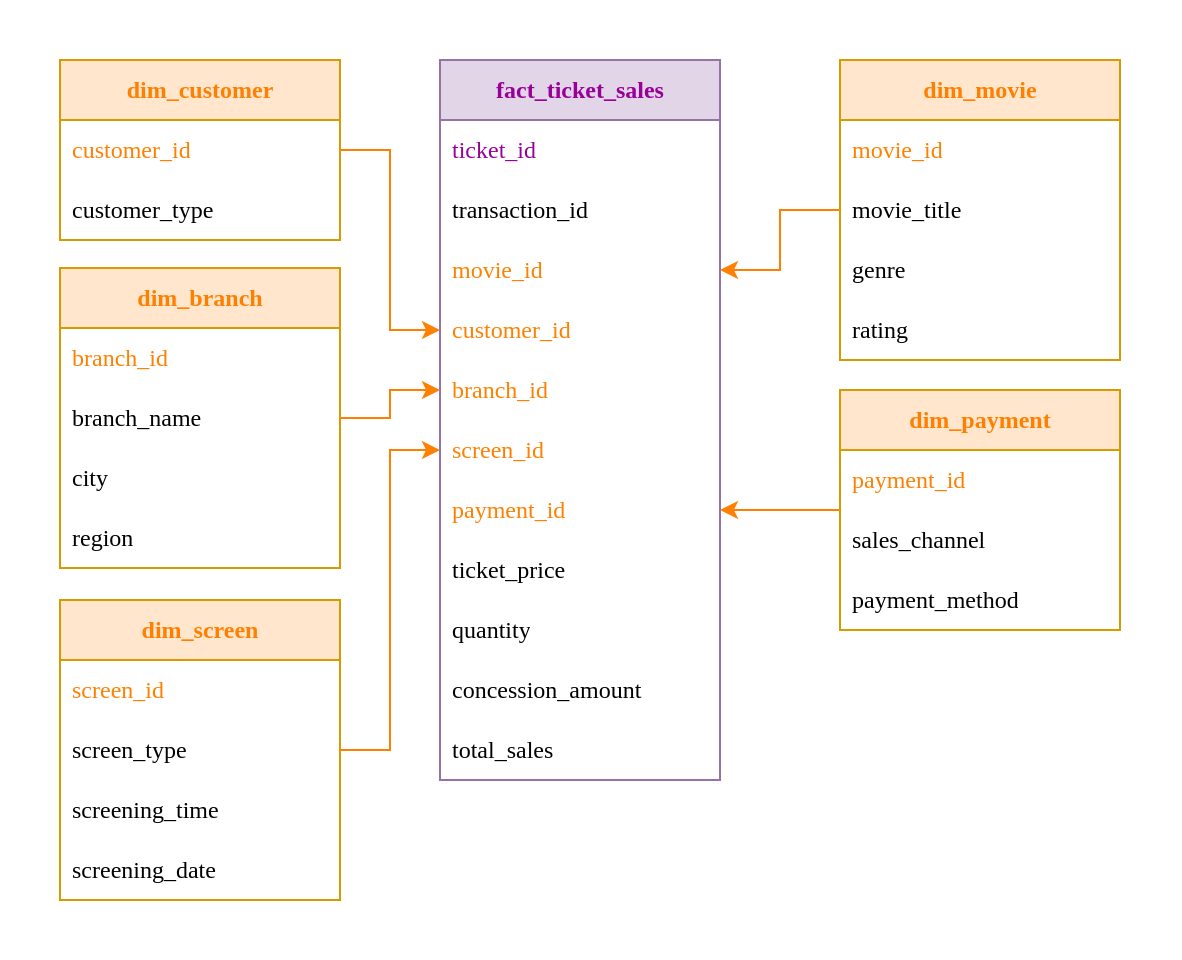
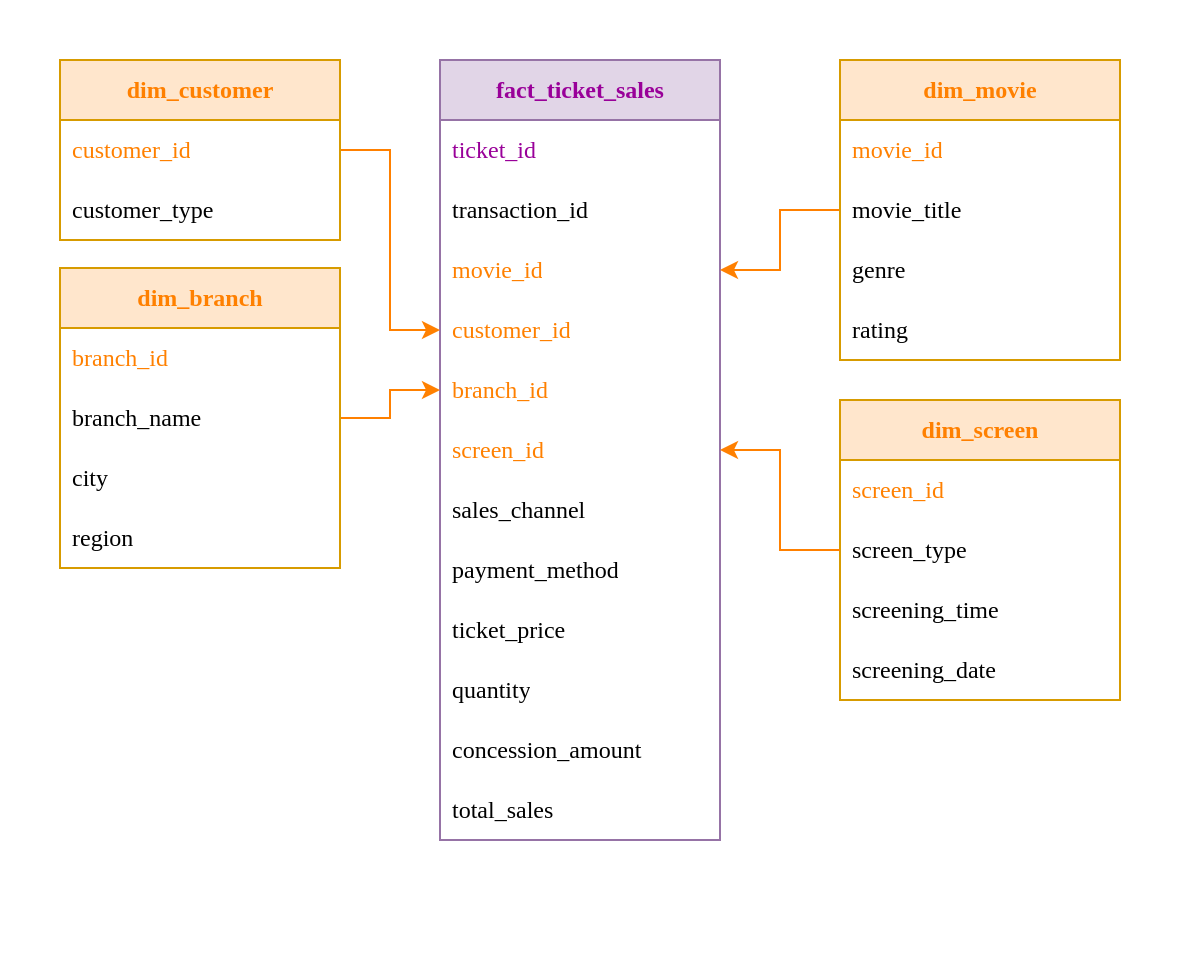
- <mxfile host="app.diagrams.net">
+ <mxfile host="app.diagrams.net" scale="1" border="0">
  <diagram name="Page-1" id="A9_0J2UAS4vk1YYC5qC_">
-     <mxGraphModel dx="1167" dy="608" grid="1" gridSize="10" guides="1" tooltips="1" connect="1" arrows="1" fold="1" page="1" pageScale="1" pageWidth="850" pageHeight="1100" math="0" shadow="0">
+     <mxGraphModel dx="1400" dy="730" grid="1" gridSize="10" guides="1" tooltips="1" connect="1" arrows="1" fold="1" page="1" pageScale="1" pageWidth="850" pageHeight="1100" math="0" shadow="0">
      <root>
        <mxCell id="0" />
        <mxCell id="1" parent="0" />
        <mxCell id="MQGvHz3pWe2yy5Zh64lE-11" parent="1" style="swimlane;fontStyle=0;childLayout=stackLayout;horizontal=1;startSize=30;horizontalStack=0;resizeParent=1;resizeParentMax=0;resizeLast=0;collapsible=1;marginBottom=0;whiteSpace=wrap;html=1;verticalAlign=middle;fillColor=#e1d5e7;strokeColor=#9673a6;fontFamily=Tahoma;" value="&lt;b&gt;&lt;font style=&quot;color: rgb(153, 0, 153);&quot;&gt;fact_ticket_sales&lt;/font&gt;&lt;/b&gt;" vertex="1">
-           <mxGeometry height="360" width="140" x="350" y="340" as="geometry">
+           <mxGeometry height="390" width="140" x="350" y="340" as="geometry">
            <mxRectangle height="30" width="60" x="360" y="570" as="alternateBounds" />
          </mxGeometry>
        </mxCell>
        <mxCell id="MQGvHz3pWe2yy5Zh64lE-12" parent="MQGvHz3pWe2yy5Zh64lE-11" style="text;strokeColor=none;fillColor=none;align=left;verticalAlign=middle;spacingLeft=4;spacingRight=4;overflow=hidden;points=[[0,0.5],[1,0.5]];portConstraint=eastwest;rotatable=0;whiteSpace=wrap;html=1;fontFamily=Tahoma;" value="&lt;font style=&quot;color: rgb(153, 0, 153);&quot;&gt;ticket_id&lt;/font&gt;" vertex="1">
          <mxGeometry height="30" width="140" y="30" as="geometry" />
        </mxCell>
        <mxCell id="MQGvHz3pWe2yy5Zh64lE-13" parent="MQGvHz3pWe2yy5Zh64lE-11" style="text;strokeColor=none;fillColor=none;align=left;verticalAlign=middle;spacingLeft=4;spacingRight=4;overflow=hidden;points=[[0,0.5],[1,0.5]];portConstraint=eastwest;rotatable=0;whiteSpace=wrap;html=1;fontFamily=Tahoma;" value="&lt;font style=&quot;color: rgb(0, 0, 0);&quot;&gt;transaction_id&lt;/font&gt;" vertex="1">
          <mxGeometry height="30" width="140" y="60" as="geometry" />
        </mxCell>
        <mxCell id="MQGvHz3pWe2yy5Zh64lE-30" parent="MQGvHz3pWe2yy5Zh64lE-11" style="text;strokeColor=none;fillColor=none;align=left;verticalAlign=middle;spacingLeft=4;spacingRight=4;overflow=hidden;points=[[0,0.5],[1,0.5]];portConstraint=eastwest;rotatable=0;whiteSpace=wrap;html=1;fontFamily=Tahoma;" value="&lt;font style=&quot;color: rgb(255, 128, 0);&quot;&gt;movie_id&lt;/font&gt;" vertex="1">
          <mxGeometry height="30" width="140" y="90" as="geometry" />
        </mxCell>
        <mxCell id="MQGvHz3pWe2yy5Zh64lE-104" parent="MQGvHz3pWe2yy5Zh64lE-11" style="text;strokeColor=none;fillColor=none;align=left;verticalAlign=middle;spacingLeft=4;spacingRight=4;overflow=hidden;points=[[0,0.5],[1,0.5]];portConstraint=eastwest;rotatable=0;whiteSpace=wrap;html=1;fontFamily=Tahoma;" value="&lt;font style=&quot;color: rgb(255, 128, 0);&quot;&gt;customer_id&lt;/font&gt;" vertex="1">
          <mxGeometry height="30" width="140" y="120" as="geometry" />
        </mxCell>
        <mxCell id="MQGvHz3pWe2yy5Zh64lE-103" parent="MQGvHz3pWe2yy5Zh64lE-11" style="text;strokeColor=none;fillColor=none;align=left;verticalAlign=middle;spacingLeft=4;spacingRight=4;overflow=hidden;points=[[0,0.5],[1,0.5]];portConstraint=eastwest;rotatable=0;whiteSpace=wrap;html=1;fontFamily=Tahoma;" value="&lt;font style=&quot;color: rgb(255, 128, 0);&quot;&gt;branch_id&lt;/font&gt;" vertex="1">
          <mxGeometry height="30" width="140" y="150" as="geometry" />
        </mxCell>
        <mxCell id="MQGvHz3pWe2yy5Zh64lE-118" parent="MQGvHz3pWe2yy5Zh64lE-11" style="text;strokeColor=none;fillColor=none;align=left;verticalAlign=middle;spacingLeft=4;spacingRight=4;overflow=hidden;points=[[0,0.5],[1,0.5]];portConstraint=eastwest;rotatable=0;whiteSpace=wrap;html=1;fontFamily=Tahoma;" value="&lt;font style=&quot;color: rgb(255, 128, 0);&quot;&gt;screen_id&lt;/font&gt;" vertex="1">
          <mxGeometry height="30" width="140" y="180" as="geometry" />
        </mxCell>
-         <mxCell id="MQGvHz3pWe2yy5Zh64lE-120" parent="MQGvHz3pWe2yy5Zh64lE-11" style="text;strokeColor=none;fillColor=none;align=left;verticalAlign=middle;spacingLeft=4;spacingRight=4;overflow=hidden;points=[[0,0.5],[1,0.5]];portConstraint=eastwest;rotatable=0;whiteSpace=wrap;html=1;fontFamily=Tahoma;" value="&lt;font style=&quot;color: rgb(255, 128, 0);&quot;&gt;payment_id&lt;/font&gt;" vertex="1">
+         <mxCell id="MQGvHz3pWe2yy5Zh64lE-70" parent="MQGvHz3pWe2yy5Zh64lE-11" style="text;strokeColor=none;fillColor=none;align=left;verticalAlign=middle;spacingLeft=4;spacingRight=4;overflow=hidden;points=[[0,0.5],[1,0.5]];portConstraint=eastwest;rotatable=0;whiteSpace=wrap;html=1;fontFamily=Tahoma;" value="sales_channel" vertex="1">
          <mxGeometry height="30" width="140" y="210" as="geometry" />
        </mxCell>
-         <mxCell id="MQGvHz3pWe2yy5Zh64lE-66" parent="MQGvHz3pWe2yy5Zh64lE-11" style="text;strokeColor=none;fillColor=none;align=left;verticalAlign=middle;spacingLeft=4;spacingRight=4;overflow=hidden;points=[[0,0.5],[1,0.5]];portConstraint=eastwest;rotatable=0;whiteSpace=wrap;html=1;fontFamily=Tahoma;" value="ticket_price" vertex="1">
+         <mxCell id="MQGvHz3pWe2yy5Zh64lE-69" parent="MQGvHz3pWe2yy5Zh64lE-11" style="text;strokeColor=none;fillColor=none;align=left;verticalAlign=middle;spacingLeft=4;spacingRight=4;overflow=hidden;points=[[0,0.5],[1,0.5]];portConstraint=eastwest;rotatable=0;whiteSpace=wrap;html=1;fontFamily=Tahoma;" value="payment_method" vertex="1">
          <mxGeometry height="30" width="140" y="240" as="geometry" />
        </mxCell>
-         <mxCell id="MQGvHz3pWe2yy5Zh64lE-67" parent="MQGvHz3pWe2yy5Zh64lE-11" style="text;strokeColor=none;fillColor=none;align=left;verticalAlign=middle;spacingLeft=4;spacingRight=4;overflow=hidden;points=[[0,0.5],[1,0.5]];portConstraint=eastwest;rotatable=0;whiteSpace=wrap;html=1;fontFamily=Tahoma;" value="quantity" vertex="1">
+         <mxCell id="MQGvHz3pWe2yy5Zh64lE-66" parent="MQGvHz3pWe2yy5Zh64lE-11" style="text;strokeColor=none;fillColor=none;align=left;verticalAlign=middle;spacingLeft=4;spacingRight=4;overflow=hidden;points=[[0,0.5],[1,0.5]];portConstraint=eastwest;rotatable=0;whiteSpace=wrap;html=1;fontFamily=Tahoma;" value="ticket_price" vertex="1">
          <mxGeometry height="30" width="140" y="270" as="geometry" />
        </mxCell>
-         <mxCell id="MQGvHz3pWe2yy5Zh64lE-68" parent="MQGvHz3pWe2yy5Zh64lE-11" style="text;strokeColor=none;fillColor=none;align=left;verticalAlign=middle;spacingLeft=4;spacingRight=4;overflow=hidden;points=[[0,0.5],[1,0.5]];portConstraint=eastwest;rotatable=0;whiteSpace=wrap;html=1;fontFamily=Tahoma;" value="concession_amount" vertex="1">
+         <mxCell id="MQGvHz3pWe2yy5Zh64lE-67" parent="MQGvHz3pWe2yy5Zh64lE-11" style="text;strokeColor=none;fillColor=none;align=left;verticalAlign=middle;spacingLeft=4;spacingRight=4;overflow=hidden;points=[[0,0.5],[1,0.5]];portConstraint=eastwest;rotatable=0;whiteSpace=wrap;html=1;fontFamily=Tahoma;" value="quantity" vertex="1">
          <mxGeometry height="30" width="140" y="300" as="geometry" />
        </mxCell>
+         <mxCell id="MQGvHz3pWe2yy5Zh64lE-68" parent="MQGvHz3pWe2yy5Zh64lE-11" style="text;strokeColor=none;fillColor=none;align=left;verticalAlign=middle;spacingLeft=4;spacingRight=4;overflow=hidden;points=[[0,0.5],[1,0.5]];portConstraint=eastwest;rotatable=0;whiteSpace=wrap;html=1;fontFamily=Tahoma;" value="concession_amount" vertex="1">
+           <mxGeometry height="30" width="140" y="330" as="geometry" />
+         </mxCell>
        <mxCell id="MQGvHz3pWe2yy5Zh64lE-73" parent="MQGvHz3pWe2yy5Zh64lE-11" style="text;strokeColor=none;fillColor=none;align=left;verticalAlign=middle;spacingLeft=4;spacingRight=4;overflow=hidden;points=[[0,0.5],[1,0.5]];portConstraint=eastwest;rotatable=0;whiteSpace=wrap;html=1;fontFamily=Tahoma;" value="total_sales" vertex="1">
-           <mxGeometry height="30" width="140" y="330" as="geometry" />
+           <mxGeometry height="30" width="140" y="360" as="geometry" />
        </mxCell>
        <mxCell id="MQGvHz3pWe2yy5Zh64lE-109" edge="1" parent="1" source="MQGvHz3pWe2yy5Zh64lE-74" style="edgeStyle=orthogonalEdgeStyle;rounded=0;orthogonalLoop=1;jettySize=auto;html=1;entryX=1;entryY=0.5;entryDx=0;entryDy=0;strokeColor=#FF8000;" target="MQGvHz3pWe2yy5Zh64lE-30">
          <mxGeometry relative="1" as="geometry" />
        </mxCell>
        <mxCell id="MQGvHz3pWe2yy5Zh64lE-74" parent="1" style="swimlane;fontStyle=0;childLayout=stackLayout;horizontal=1;startSize=30;horizontalStack=0;resizeParent=1;resizeParentMax=0;resizeLast=0;collapsible=1;marginBottom=0;whiteSpace=wrap;html=1;verticalAlign=middle;fillColor=#ffe6cc;strokeColor=#d79b00;" value="&lt;b&gt;&lt;font face=&quot;Tahoma&quot; style=&quot;color: rgb(255, 128, 0);&quot;&gt;dim_movie&lt;/font&gt;&lt;/b&gt;" vertex="1">
          <mxGeometry height="150" width="140" x="550" y="340" as="geometry">
            <mxRectangle height="30" width="60" x="360" y="570" as="alternateBounds" />
          </mxGeometry>
        </mxCell>
        <mxCell id="MQGvHz3pWe2yy5Zh64lE-75" parent="MQGvHz3pWe2yy5Zh64lE-74" style="text;strokeColor=none;fillColor=none;align=left;verticalAlign=middle;spacingLeft=4;spacingRight=4;overflow=hidden;points=[[0,0.5],[1,0.5]];portConstraint=eastwest;rotatable=0;whiteSpace=wrap;html=1;fontFamily=Tahoma;" value="&lt;font style=&quot;color: rgb(255, 128, 0);&quot;&gt;movie_id&lt;/font&gt;" vertex="1">
          <mxGeometry height="30" width="140" y="30" as="geometry" />
        </mxCell>
        <mxCell id="MQGvHz3pWe2yy5Zh64lE-76" parent="MQGvHz3pWe2yy5Zh64lE-74" style="text;strokeColor=none;fillColor=none;align=left;verticalAlign=middle;spacingLeft=4;spacingRight=4;overflow=hidden;points=[[0,0.5],[1,0.5]];portConstraint=eastwest;rotatable=0;whiteSpace=wrap;html=1;fontFamily=Tahoma;" value="movie_title" vertex="1">
          <mxGeometry height="30" width="140" y="60" as="geometry" />
        </mxCell>
        <mxCell id="MQGvHz3pWe2yy5Zh64lE-77" parent="MQGvHz3pWe2yy5Zh64lE-74" style="text;strokeColor=none;fillColor=none;align=left;verticalAlign=middle;spacingLeft=4;spacingRight=4;overflow=hidden;points=[[0,0.5],[1,0.5]];portConstraint=eastwest;rotatable=0;whiteSpace=wrap;html=1;fontFamily=Tahoma;" value="genre" vertex="1">
          <mxGeometry height="30" width="140" y="90" as="geometry" />
        </mxCell>
        <mxCell id="MQGvHz3pWe2yy5Zh64lE-78" parent="MQGvHz3pWe2yy5Zh64lE-74" style="text;strokeColor=none;fillColor=none;align=left;verticalAlign=middle;spacingLeft=4;spacingRight=4;overflow=hidden;points=[[0,0.5],[1,0.5]];portConstraint=eastwest;rotatable=0;whiteSpace=wrap;html=1;fontFamily=Tahoma;" value="rating" vertex="1">
          <mxGeometry height="30" width="140" y="120" as="geometry" />
        </mxCell>
        <mxCell id="MQGvHz3pWe2yy5Zh64lE-112" edge="1" parent="1" source="MQGvHz3pWe2yy5Zh64lE-61" style="edgeStyle=orthogonalEdgeStyle;rounded=0;orthogonalLoop=1;jettySize=auto;html=1;entryX=0;entryY=0.5;entryDx=0;entryDy=0;strokeColor=#FF8000;exitX=1;exitY=0.5;exitDx=0;exitDy=0;" target="MQGvHz3pWe2yy5Zh64lE-103">
          <mxGeometry relative="1" as="geometry" />
        </mxCell>
        <mxCell id="MQGvHz3pWe2yy5Zh64lE-93" parent="1" style="swimlane;fontStyle=0;childLayout=stackLayout;horizontal=1;startSize=30;horizontalStack=0;resizeParent=1;resizeParentMax=0;resizeLast=0;collapsible=1;marginBottom=0;whiteSpace=wrap;html=1;verticalAlign=middle;fillColor=#ffe6cc;strokeColor=#d79b00;" value="&lt;b&gt;&lt;font face=&quot;Tahoma&quot; style=&quot;color: rgb(255, 128, 0);&quot;&gt;dim_branch&lt;/font&gt;&lt;/b&gt;" vertex="1">
          <mxGeometry height="150" width="140" x="160" y="444" as="geometry">
            <mxRectangle height="30" width="60" x="360" y="570" as="alternateBounds" />
          </mxGeometry>
        </mxCell>
        <mxCell id="MQGvHz3pWe2yy5Zh64lE-94" parent="MQGvHz3pWe2yy5Zh64lE-93" style="text;strokeColor=none;fillColor=none;align=left;verticalAlign=middle;spacingLeft=4;spacingRight=4;overflow=hidden;points=[[0,0.5],[1,0.5]];portConstraint=eastwest;rotatable=0;whiteSpace=wrap;html=1;fontFamily=Tahoma;" value="&lt;font style=&quot;color: rgb(255, 128, 0);&quot;&gt;branch_id&lt;/font&gt;" vertex="1">
          <mxGeometry height="30" width="140" y="30" as="geometry" />
        </mxCell>
        <mxCell id="MQGvHz3pWe2yy5Zh64lE-61" parent="MQGvHz3pWe2yy5Zh64lE-93" style="text;strokeColor=none;fillColor=none;align=left;verticalAlign=middle;spacingLeft=4;spacingRight=4;overflow=hidden;points=[[0,0.5],[1,0.5]];portConstraint=eastwest;rotatable=0;whiteSpace=wrap;html=1;fontFamily=Tahoma;" value="branch_name" vertex="1">
          <mxGeometry height="30" width="140" y="60" as="geometry" />
        </mxCell>
        <mxCell id="MQGvHz3pWe2yy5Zh64lE-62" parent="MQGvHz3pWe2yy5Zh64lE-93" style="text;strokeColor=none;fillColor=none;align=left;verticalAlign=middle;spacingLeft=4;spacingRight=4;overflow=hidden;points=[[0,0.5],[1,0.5]];portConstraint=eastwest;rotatable=0;whiteSpace=wrap;html=1;fontFamily=Tahoma;" value="city" vertex="1">
          <mxGeometry height="30" width="140" y="90" as="geometry" />
        </mxCell>
        <mxCell id="MQGvHz3pWe2yy5Zh64lE-63" parent="MQGvHz3pWe2yy5Zh64lE-93" style="text;strokeColor=none;fillColor=none;align=left;verticalAlign=middle;spacingLeft=4;spacingRight=4;overflow=hidden;points=[[0,0.5],[1,0.5]];portConstraint=eastwest;rotatable=0;whiteSpace=wrap;html=1;fontFamily=Tahoma;" value="region" vertex="1">
          <mxGeometry height="30" width="140" y="120" as="geometry" />
        </mxCell>
        <mxCell id="MQGvHz3pWe2yy5Zh64lE-113" edge="1" parent="1" source="MQGvHz3pWe2yy5Zh64lE-99" style="edgeStyle=orthogonalEdgeStyle;rounded=0;orthogonalLoop=1;jettySize=auto;html=1;entryX=0;entryY=0.5;entryDx=0;entryDy=0;strokeColor=#FF8000;exitX=1;exitY=0.5;exitDx=0;exitDy=0;" target="MQGvHz3pWe2yy5Zh64lE-104">
          <mxGeometry relative="1" as="geometry" />
        </mxCell>
        <mxCell id="MQGvHz3pWe2yy5Zh64lE-98" parent="1" style="swimlane;fontStyle=0;childLayout=stackLayout;horizontal=1;startSize=30;horizontalStack=0;resizeParent=1;resizeParentMax=0;resizeLast=0;collapsible=1;marginBottom=0;whiteSpace=wrap;html=1;verticalAlign=middle;fillColor=#ffe6cc;strokeColor=#d79b00;" value="&lt;b&gt;&lt;font face=&quot;Tahoma&quot; style=&quot;color: rgb(255, 128, 0);&quot;&gt;dim_customer&lt;/font&gt;&lt;/b&gt;" vertex="1">
          <mxGeometry height="90" width="140" x="160" y="340" as="geometry">
            <mxRectangle height="30" width="60" x="360" y="570" as="alternateBounds" />
          </mxGeometry>
        </mxCell>
        <mxCell id="MQGvHz3pWe2yy5Zh64lE-99" parent="MQGvHz3pWe2yy5Zh64lE-98" style="text;strokeColor=none;fillColor=none;align=left;verticalAlign=middle;spacingLeft=4;spacingRight=4;overflow=hidden;points=[[0,0.5],[1,0.5]];portConstraint=eastwest;rotatable=0;whiteSpace=wrap;html=1;fontFamily=Tahoma;" value="&lt;font style=&quot;color: rgb(255, 128, 0);&quot;&gt;customer_id&lt;/font&gt;" vertex="1">
          <mxGeometry height="30" width="140" y="30" as="geometry" />
        </mxCell>
        <mxCell id="MQGvHz3pWe2yy5Zh64lE-64" parent="MQGvHz3pWe2yy5Zh64lE-98" style="text;strokeColor=none;fillColor=none;align=left;verticalAlign=middle;spacingLeft=4;spacingRight=4;overflow=hidden;points=[[0,0.5],[1,0.5]];portConstraint=eastwest;rotatable=0;whiteSpace=wrap;html=1;fontFamily=Tahoma;" value="customer_type" vertex="1">
          <mxGeometry height="30" width="140" y="60" as="geometry" />
        </mxCell>
-         <mxCell id="MQGvHz3pWe2yy5Zh64lE-121" edge="1" parent="1" source="MQGvHz3pWe2yy5Zh64lE-105" style="edgeStyle=orthogonalEdgeStyle;rounded=0;orthogonalLoop=1;jettySize=auto;html=1;entryX=1;entryY=0.5;entryDx=0;entryDy=0;strokeColor=#FF8000;" target="MQGvHz3pWe2yy5Zh64lE-120">
-           <mxGeometry relative="1" as="geometry" />
-         </mxCell>
-         <mxCell id="MQGvHz3pWe2yy5Zh64lE-105" parent="1" style="swimlane;fontStyle=0;childLayout=stackLayout;horizontal=1;startSize=30;horizontalStack=0;resizeParent=1;resizeParentMax=0;resizeLast=0;collapsible=1;marginBottom=0;whiteSpace=wrap;html=1;verticalAlign=middle;fillColor=#ffe6cc;strokeColor=#d79b00;" value="&lt;b&gt;&lt;font face=&quot;Tahoma&quot; style=&quot;color: rgb(255, 128, 0);&quot;&gt;dim_payment&lt;/font&gt;&lt;/b&gt;" vertex="1">
-           <mxGeometry height="120" width="140" x="550" y="505" as="geometry">
-             <mxRectangle height="30" width="60" x="360" y="570" as="alternateBounds" />
-           </mxGeometry>
-         </mxCell>
-         <mxCell id="MQGvHz3pWe2yy5Zh64lE-106" parent="MQGvHz3pWe2yy5Zh64lE-105" style="text;strokeColor=none;fillColor=none;align=left;verticalAlign=middle;spacingLeft=4;spacingRight=4;overflow=hidden;points=[[0,0.5],[1,0.5]];portConstraint=eastwest;rotatable=0;whiteSpace=wrap;html=1;fontFamily=Tahoma;" value="&lt;font style=&quot;color: rgb(255, 128, 0);&quot;&gt;payment_id&lt;/font&gt;" vertex="1">
-           <mxGeometry height="30" width="140" y="30" as="geometry" />
-         </mxCell>
-         <mxCell id="MQGvHz3pWe2yy5Zh64lE-70" parent="MQGvHz3pWe2yy5Zh64lE-105" style="text;strokeColor=none;fillColor=none;align=left;verticalAlign=middle;spacingLeft=4;spacingRight=4;overflow=hidden;points=[[0,0.5],[1,0.5]];portConstraint=eastwest;rotatable=0;whiteSpace=wrap;html=1;fontFamily=Tahoma;" value="sales_channel" vertex="1">
-           <mxGeometry height="30" width="140" y="60" as="geometry" />
-         </mxCell>
-         <mxCell id="MQGvHz3pWe2yy5Zh64lE-69" parent="MQGvHz3pWe2yy5Zh64lE-105" style="text;strokeColor=none;fillColor=none;align=left;verticalAlign=middle;spacingLeft=4;spacingRight=4;overflow=hidden;points=[[0,0.5],[1,0.5]];portConstraint=eastwest;rotatable=0;whiteSpace=wrap;html=1;fontFamily=Tahoma;" value="payment_method" vertex="1">
-           <mxGeometry height="30" width="140" y="90" as="geometry" />
-         </mxCell>
        <mxCell id="MQGvHz3pWe2yy5Zh64lE-114" parent="1" style="swimlane;fontStyle=0;childLayout=stackLayout;horizontal=1;startSize=30;horizontalStack=0;resizeParent=1;resizeParentMax=0;resizeLast=0;collapsible=1;marginBottom=0;whiteSpace=wrap;html=1;verticalAlign=middle;fillColor=#ffe6cc;strokeColor=#d79b00;" value="&lt;b&gt;&lt;font face=&quot;Tahoma&quot; style=&quot;color: rgb(255, 128, 0);&quot;&gt;dim_screen&lt;/font&gt;&lt;/b&gt;" vertex="1">
-           <mxGeometry height="150" width="140" x="160" y="610" as="geometry">
+           <mxGeometry height="150" width="140" x="550" y="510" as="geometry">
            <mxRectangle height="30" width="60" x="360" y="570" as="alternateBounds" />
          </mxGeometry>
        </mxCell>
        <mxCell id="MQGvHz3pWe2yy5Zh64lE-115" parent="MQGvHz3pWe2yy5Zh64lE-114" style="text;strokeColor=none;fillColor=none;align=left;verticalAlign=middle;spacingLeft=4;spacingRight=4;overflow=hidden;points=[[0,0.5],[1,0.5]];portConstraint=eastwest;rotatable=0;whiteSpace=wrap;html=1;fontFamily=Tahoma;" value="&lt;font style=&quot;color: rgb(255, 128, 0);&quot;&gt;screen_id&lt;/font&gt;" vertex="1">
          <mxGeometry height="30" width="140" y="30" as="geometry" />
        </mxCell>
        <mxCell id="MQGvHz3pWe2yy5Zh64lE-65" parent="MQGvHz3pWe2yy5Zh64lE-114" style="text;strokeColor=none;fillColor=none;align=left;verticalAlign=middle;spacingLeft=4;spacingRight=4;overflow=hidden;points=[[0,0.5],[1,0.5]];portConstraint=eastwest;rotatable=0;whiteSpace=wrap;html=1;fontFamily=Tahoma;" value="screen_type" vertex="1">
          <mxGeometry height="30" width="140" y="60" as="geometry" />
        </mxCell>
        <mxCell id="MQGvHz3pWe2yy5Zh64lE-72" parent="MQGvHz3pWe2yy5Zh64lE-114" style="text;strokeColor=none;fillColor=none;align=left;verticalAlign=middle;spacingLeft=4;spacingRight=4;overflow=hidden;points=[[0,0.5],[1,0.5]];portConstraint=eastwest;rotatable=0;whiteSpace=wrap;html=1;fontFamily=Tahoma;" value="screening_time" vertex="1">
          <mxGeometry height="30" width="140" y="90" as="geometry" />
        </mxCell>
        <mxCell id="MQGvHz3pWe2yy5Zh64lE-71" parent="MQGvHz3pWe2yy5Zh64lE-114" style="text;strokeColor=none;fillColor=none;align=left;verticalAlign=middle;spacingLeft=4;spacingRight=4;overflow=hidden;points=[[0,0.5],[1,0.5]];portConstraint=eastwest;rotatable=0;whiteSpace=wrap;html=1;fontFamily=Tahoma;" value="screening_date" vertex="1">
          <mxGeometry height="30" width="140" y="120" as="geometry" />
        </mxCell>
-         <mxCell id="MQGvHz3pWe2yy5Zh64lE-119" edge="1" parent="1" source="MQGvHz3pWe2yy5Zh64lE-65" style="edgeStyle=orthogonalEdgeStyle;rounded=0;orthogonalLoop=1;jettySize=auto;html=1;entryX=0;entryY=0.5;entryDx=0;entryDy=0;strokeColor=#FF8000;" target="MQGvHz3pWe2yy5Zh64lE-118">
+         <mxCell id="MQGvHz3pWe2yy5Zh64lE-119" edge="1" parent="1" source="MQGvHz3pWe2yy5Zh64lE-65" style="edgeStyle=orthogonalEdgeStyle;rounded=0;orthogonalLoop=1;jettySize=auto;html=1;entryX=1;entryY=0.5;entryDx=0;entryDy=0;strokeColor=#FF8000;" target="MQGvHz3pWe2yy5Zh64lE-118">
          <mxGeometry relative="1" as="geometry" />
        </mxCell>
        <mxCell id="MQGvHz3pWe2yy5Zh64lE-122" parent="1" style="rounded=0;whiteSpace=wrap;html=1;fillColor=none;strokeColor=none;" value="" vertex="1">
          <mxGeometry height="30" width="120" x="365" y="310" as="geometry" />
        </mxCell>
        <mxCell id="MQGvHz3pWe2yy5Zh64lE-123" parent="1" style="rounded=0;whiteSpace=wrap;html=1;fillColor=none;strokeColor=none;rotation=-90;" value="" vertex="1">
          <mxGeometry height="30" width="120" x="645" y="470" as="geometry" />
        </mxCell>
        <mxCell id="MQGvHz3pWe2yy5Zh64lE-124" parent="1" style="rounded=0;whiteSpace=wrap;html=1;fillColor=none;strokeColor=none;rotation=-90;" value="" vertex="1">
          <mxGeometry height="30" width="120" x="85" y="504" as="geometry" />
        </mxCell>
        <mxCell id="MQGvHz3pWe2yy5Zh64lE-125" parent="1" style="rounded=0;whiteSpace=wrap;html=1;fillColor=none;strokeColor=none;rotation=-180;" value="" vertex="1">
          <mxGeometry height="30" width="120" x="170" y="759" as="geometry" />
        </mxCell>
      </root>
    </mxGraphModel>
  </diagram>
</mxfile>
